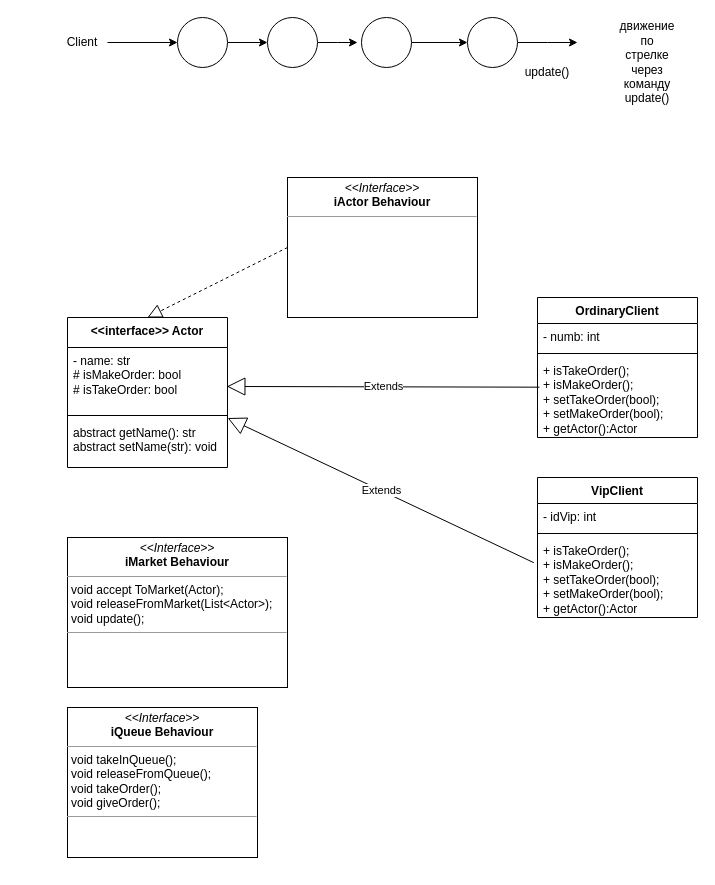
This is page "Покупка товаров в магазине" (3 of 3) of seminar_2/SuperMarketApp/OOPv2.drawio from Nikolayb33/OOPGR5278_Bondarenko, a draw.io file, before an edit. Source tidied: cells renumbered, new cells numbered last; positions are measured from the earlier drawing's top-left corner, leaving out a move shared by most shapes. Both pictures are drawn from the tidied source at 100%, with x=0, y=0 at pixel (57, 17).
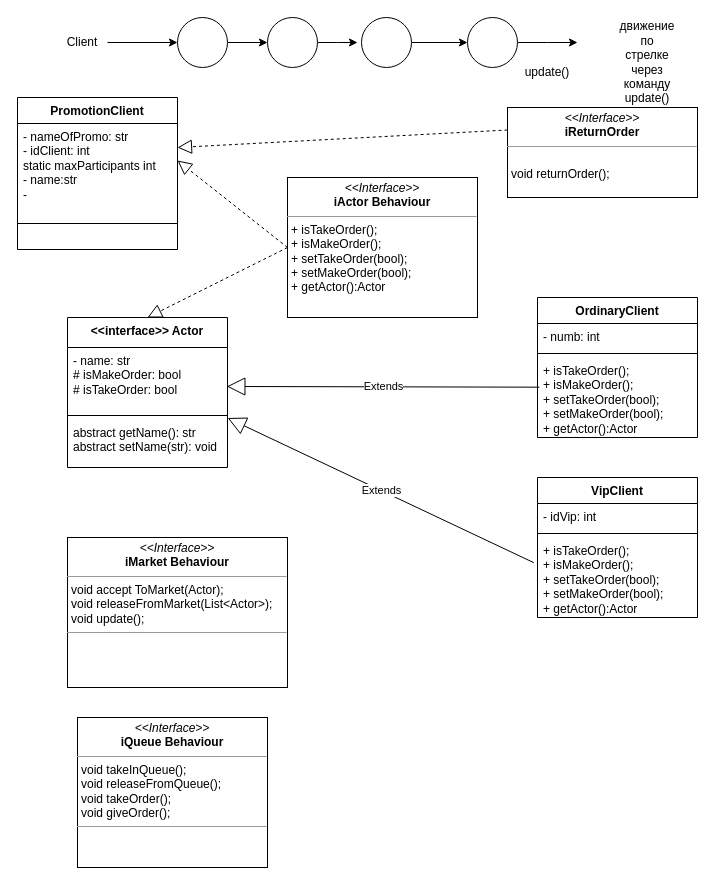
The same page after the edit.

What changed in the source:
```diff
@@
-    <mxCell id="28" value="&lt;p style=&quot;margin:0px;margin-top:4px;text-align:center;&quot;&gt;&lt;i&gt;&amp;lt;&amp;lt;Interface&amp;gt;&amp;gt;&lt;/i&gt;&lt;br&gt;&lt;b&gt;iActor Behaviour&lt;/b&gt;&lt;/p&gt;&lt;hr size=&quot;1&quot;&gt;&lt;p style=&quot;margin:0px;margin-left:4px;&quot;&gt;&lt;/p&gt;&lt;p style=&quot;margin:0px;margin-left:4px;&quot;&gt;&lt;br&gt;&lt;/p&gt;" style="verticalAlign=top;align=left;overflow=fill;fontSize=12;fontFamily=Helvetica;html=1;whiteSpace=wrap;" parent="1" vertex="1">
+    <mxCell id="28" value="&lt;p style=&quot;margin:0px;margin-top:4px;text-align:center;&quot;&gt;&lt;i&gt;&amp;lt;&amp;lt;Interface&amp;gt;&amp;gt;&lt;/i&gt;&lt;br&gt;&lt;b&gt;iActor Behaviour&lt;/b&gt;&lt;/p&gt;&lt;hr size=&quot;1&quot;&gt;&lt;p style=&quot;margin:0px;margin-left:4px;&quot;&gt;&lt;/p&gt;&lt;p style=&quot;margin:0px;margin-left:4px;&quot;&gt;+ isTakeOrder();&lt;br style=&quot;border-color: var(--border-color);&quot;&gt;+ isMakeOrder();&lt;br style=&quot;border-color: var(--border-color);&quot;&gt;+ setTakeOrder(bool);&lt;br style=&quot;border-color: var(--border-color);&quot;&gt;+ setMakeOrder(bool);&lt;br style=&quot;border-color: var(--border-color);&quot;&gt;+ getActor():Actor&lt;br style=&quot;border-color: var(--border-color);&quot;&gt;&amp;nbsp;&lt;br&gt;&lt;/p&gt;" style="verticalAlign=top;align=left;overflow=fill;fontSize=12;fontFamily=Helvetica;html=1;whiteSpace=wrap;" parent="1" vertex="1">
       <mxGeometry x="230" y="160" width="190" height="140" as="geometry" />
     </mxCell>
@@
     <mxCell id="30" value="&lt;p style=&quot;margin:0px;margin-top:4px;text-align:center;&quot;&gt;&lt;i&gt;&amp;lt;&amp;lt;Interface&amp;gt;&amp;gt;&lt;/i&gt;&lt;br&gt;&lt;b&gt;iQueue Behaviour&lt;/b&gt;&lt;/p&gt;&lt;hr size=&quot;1&quot;&gt;&lt;p style=&quot;margin:0px;margin-left:4px;&quot;&gt;void takeInQueue();&lt;/p&gt;&lt;p style=&quot;margin:0px;margin-left:4px;&quot;&gt;void releaseFromQueue();&lt;/p&gt;&lt;p style=&quot;margin:0px;margin-left:4px;&quot;&gt;void takeOrder();&lt;/p&gt;&lt;p style=&quot;margin:0px;margin-left:4px;&quot;&gt;void giveOrder();&lt;/p&gt;&lt;hr size=&quot;1&quot;&gt;&lt;p style=&quot;margin:0px;margin-left:4px;&quot;&gt;&lt;br&gt;&lt;/p&gt;" style="verticalAlign=top;align=left;overflow=fill;fontSize=12;fontFamily=Helvetica;html=1;whiteSpace=wrap;" parent="1" vertex="1">
-      <mxGeometry x="10" y="690" width="190" height="150" as="geometry" />
+      <mxGeometry x="20" y="700" width="190" height="150" as="geometry" />
     </mxCell>
@@
+    <mxCell id="32" value="PromotionClient" style="swimlane;fontStyle=1;align=center;verticalAlign=top;horizontal=1;startSize=26;whiteSpace=wrap;html=1;" parent="1" vertex="1">
+      <mxGeometry x="-40" y="80" width="160" height="152" as="geometry" />
+    </mxCell>
+    <mxCell id="33" value="- nameOfPromo: str&lt;br&gt;- idClient: int&lt;br&gt;static maxParticipants int&lt;br&gt;- name:str&lt;br&gt;-" style="text;strokeColor=none;fillColor=none;align=left;verticalAlign=top;spacingLeft=4;spacingRight=4;overflow=hidden;points=[[0,0.5],[1,0.5]];portConstraint=eastwest;whiteSpace=wrap;html=1;" parent="32" vertex="1">
+      <mxGeometry y="26" width="160" height="74" as="geometry" />
+    </mxCell>
+    <mxCell id="34" style="line;strokeWidth=1;fillColor=none;align=left;verticalAlign=middle;spacingTop=-1;spacingLeft=3;spacingRight=3;labelPosition=right;strokeColor=inherit;" parent="32" vertex="1">
+      <mxGeometry y="100" width="160" height="52" as="geometry" />
+    </mxCell>
+    <mxCell id="35" style="endArrow=block;dashed=1;endFill=0;endSize=12;html=1;rounded=0;entryX=1;entryY=0.5;entryDx=0;entryDy=0;exitX=0;exitY=0.5;exitDx=0;exitDy=0;" parent="1" edge="1" source="28" target="33">
+      <mxGeometry relative="1" as="geometry" />
+    </mxCell>
+    <mxCell id="36" style="endArrow=block;dashed=1;endFill=0;endSize=12;html=1;rounded=0;exitX=0;exitY=0.25;exitDx=0;exitDy=0;" parent="1" edge="1" source="37">
+      <mxGeometry relative="1" as="geometry">
+        <mxPoint x="120" y="130" as="targetPoint" />
+      </mxGeometry>
+    </mxCell>
+    <mxCell id="37" value="&lt;p style=&quot;margin:0px;margin-top:4px;text-align:center;&quot;&gt;&lt;i&gt;&amp;lt;&amp;lt;Interface&amp;gt;&amp;gt;&lt;/i&gt;&lt;br&gt;&lt;b&gt;iReturnOrder&lt;/b&gt;&lt;/p&gt;&lt;hr size=&quot;1&quot;&gt;&lt;p style=&quot;margin:0px;margin-left:4px;&quot;&gt;&lt;/p&gt;&lt;p style=&quot;margin:0px;margin-left:4px;&quot;&gt;&lt;br&gt;&lt;/p&gt;&lt;p style=&quot;margin:0px;margin-left:4px;&quot;&gt;void returnOrder();&lt;/p&gt;&lt;p style=&quot;margin:0px;margin-left:4px;&quot;&gt;&lt;br style=&quot;border-color: var(--border-color);&quot;&gt;&amp;nbsp;&lt;br&gt;&lt;/p&gt;" style="verticalAlign=top;align=left;overflow=fill;fontSize=12;fontFamily=Helvetica;html=1;whiteSpace=wrap;" parent="1" vertex="1">
+      <mxGeometry x="450" y="90" width="190" height="90" as="geometry" />
+    </mxCell>
```
